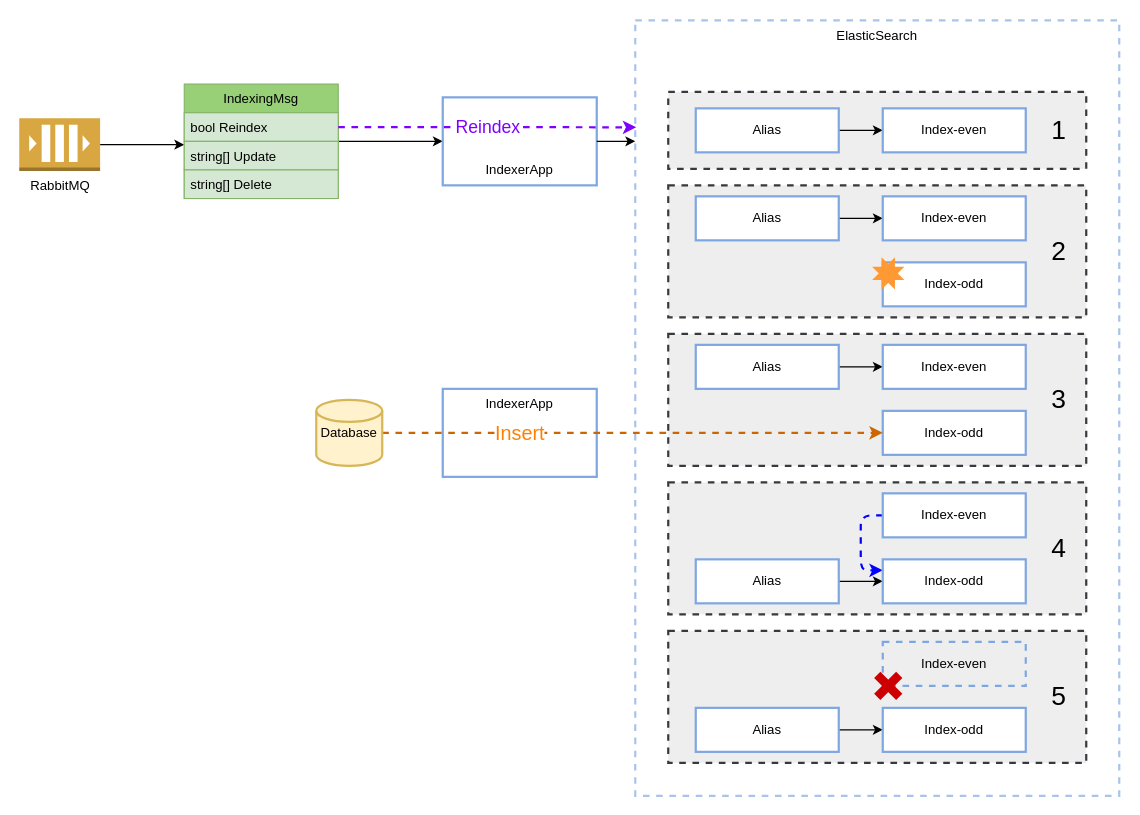
The draw.io diagram page "reindex" (3 of 5) of doc/indexer-app.drawio in ozzy-ext-mylab/indexer-app, before the edit. Source tidied: cells renumbered, new cells numbered last; positions are measured from the earlier drawing's top-left corner, leaving out a move shared by most shapes. Both pictures are drawn from the tidied source at 110%, with x=0, y=0 at pixel (19, 20).
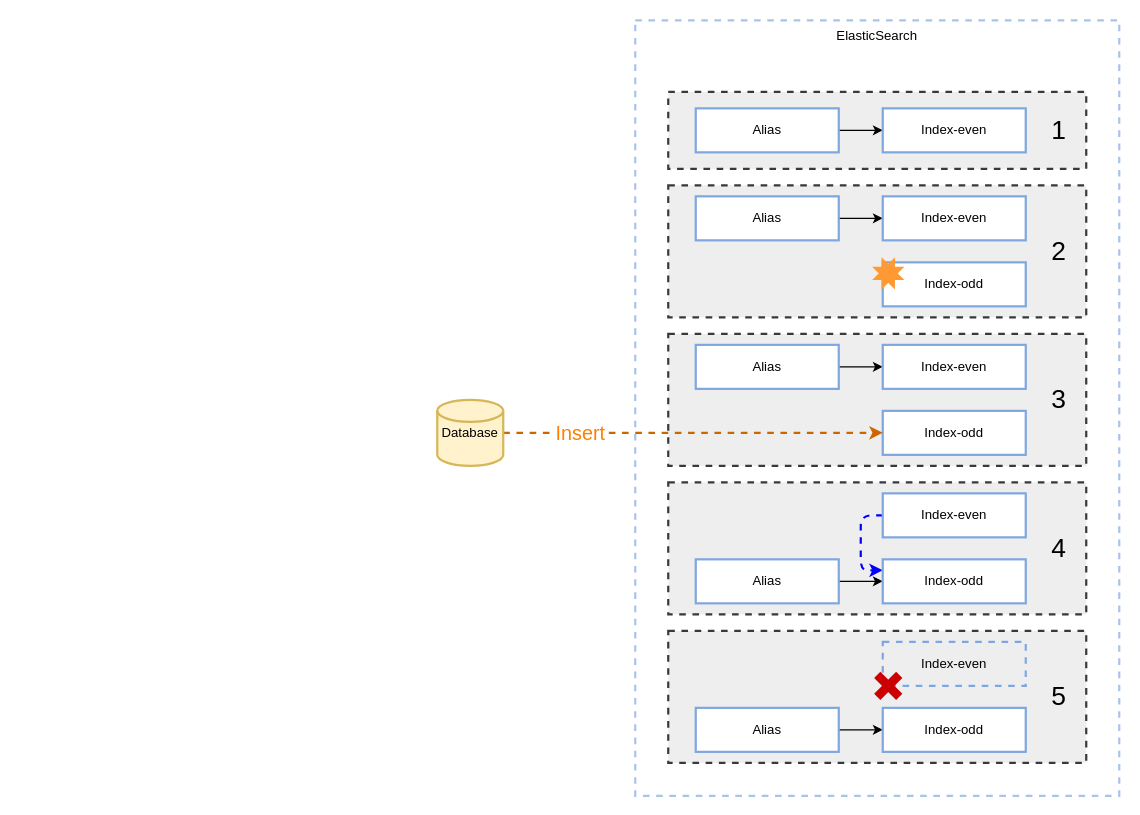
After the change.

The change refers to these unchanged cells:
```xml
<mxCell id="3" value="ElasticSearch" style="rounded=0;whiteSpace=wrap;html=1;verticalAlign=top;dashed=1;strokeWidth=2;strokeColor=#A9C4EB;fillColor=none;" parent="1" vertex="1">
  <mxGeometry x="560" width="440" height="705" as="geometry" />
</mxCell>
<mxCell id="28" style="edgeStyle=orthogonalEdgeStyle;rounded=1;jettySize=auto;html=1;exitX=1;exitY=0.5;exitDx=0;exitDy=0;entryX=0;entryY=0.5;entryDx=0;entryDy=0;dashed=1;strokeColor=#CC6600;strokeWidth=2;fontSize=24;fontColor=#CC6600;exitPerimeter=0;" parent="1" edge="1" source="30" target="27">
  <mxGeometry relative="1" as="geometry" />
</mxCell>
```

Change to the diagram source:
```diff
@@
-    <mxCell id="2" value="IndexerApp" style="rounded=0;whiteSpace=wrap;html=1;verticalAlign=top;strokeWidth=2;strokeColor=#7EA6E0;fillColor=#ffffff;" parent="1" vertex="1">
-      <mxGeometry x="385" y="335" width="140" height="80" as="geometry" />
-    </mxCell>
@@
-    <mxCell id="6" style="edgeStyle=orthogonalEdgeStyle;rounded=0;jettySize=auto;html=1;entryX=0;entryY=0.115;entryDx=0;entryDy=0;entryPerimeter=0;" parent="1" edge="1" source="7" target="11">
-      <mxGeometry relative="1" as="geometry" />
-    </mxCell>
-    <mxCell id="7" value="RabbitMQ" style="outlineConnect=0;dashed=0;verticalLabelPosition=bottom;verticalAlign=top;align=center;html=1;shape=mxgraph.aws3.queue;fillColor=#D9A741;gradientColor=none;" parent="1" vertex="1">
-      <mxGeometry y="89" width="73.5" height="48" as="geometry" />
-    </mxCell>
-    <mxCell id="8" style="edgeStyle=orthogonalEdgeStyle;rounded=0;jettySize=auto;html=1;entryX=0;entryY=0.5;entryDx=0;entryDy=0;" parent="1" edge="1" source="9" target="13">
-      <mxGeometry relative="1" as="geometry" />
-    </mxCell>
-    <mxCell id="9" value="IndexingMsg" style="swimlane;fontStyle=0;horizontal=1;startSize=26;fillColor=#97D077;strokeColor=#82b366;" parent="1" vertex="1">
-      <mxGeometry x="150" y="58" width="140" height="104" as="geometry" />
-    </mxCell>
-    <mxCell id="10" value="bool Reindex" style="text;strokeColor=#82b366;fillColor=#d5e8d4;align=left;verticalAlign=top;spacingLeft=4;spacingRight=4;overflow=hidden;points=[[0,0.5],[1,0.5]];portConstraint=eastwest;" parent="9" vertex="1">
-      <mxGeometry y="26" width="140" height="26" as="geometry" />
-    </mxCell>
-    <mxCell id="11" value="string[] Update " style="text;strokeColor=#82b366;fillColor=#d5e8d4;align=left;verticalAlign=top;spacingLeft=4;spacingRight=4;overflow=hidden;points=[[0,0.5],[1,0.5]];portConstraint=eastwest;" parent="9" vertex="1">
-      <mxGeometry y="52" width="140" height="26" as="geometry" />
-    </mxCell>
-    <mxCell id="12" value="string[] Delete" style="text;strokeColor=#82b366;fillColor=#d5e8d4;align=left;verticalAlign=top;spacingLeft=4;spacingRight=4;overflow=hidden;" parent="9" vertex="1">
-      <mxGeometry y="78" width="140" height="26" as="geometry" />
-    </mxCell>
-    <mxCell id="13" value="IndexerApp" style="rounded=0;whiteSpace=wrap;html=1;verticalAlign=bottom;strokeWidth=2;strokeColor=#7EA6E0;spacingBottom=5;" parent="1" vertex="1">
-      <mxGeometry x="385" y="70" width="140" height="80" as="geometry" />
-    </mxCell>
@@
-    <mxCell id="17" style="edgeStyle=orthogonalEdgeStyle;rounded=0;jettySize=auto;html=1;exitX=1;exitY=0.5;exitDx=0;exitDy=0;" parent="1" edge="1" source="13">
-      <mxGeometry relative="1" as="geometry">
-        <mxPoint x="560" y="110" as="targetPoint" />
-      </mxGeometry>
-    </mxCell>
@@
-    <mxCell id="22" value="Reindex" style="edgeStyle=orthogonalEdgeStyle;rounded=1;jettySize=auto;html=1;exitX=1;exitY=0.5;exitDx=0;exitDy=0;entryX=0.002;entryY=0.138;entryDx=0;entryDy=0;dashed=1;strokeColor=#7F00FF;strokeWidth=2;fontSize=16;fontColor=#7F00FF;entryPerimeter=0;" parent="1" edge="1" source="10" target="3">
-      <mxGeometry relative="1" as="geometry" />
-    </mxCell>
@@
     <mxCell id="29" value="Insert" style="text;html=1;align=center;verticalAlign=middle;labelBackgroundColor=#ffffff;fontSize=18;fontColor=#FF8000;" parent="28" vertex="1">
       <mxGeometry x="0.56" y="2" relative="1" as="geometry">
-        <mxPoint x="-231" y="2" as="offset" />
+        <mxPoint x="-200" y="2" as="offset" />
       </mxGeometry>
     </mxCell>
     <mxCell id="30" value="Database" style="strokeWidth=2;html=1;shape=mxgraph.flowchart.database;whiteSpace=wrap;fillColor=#fff2cc;strokeColor=#d6b656;" parent="1" vertex="1">
-      <mxGeometry x="270" y="345" width="60" height="60" as="geometry" />
+      <mxGeometry x="380" y="345" width="60" height="60" as="geometry" />
     </mxCell>
```
